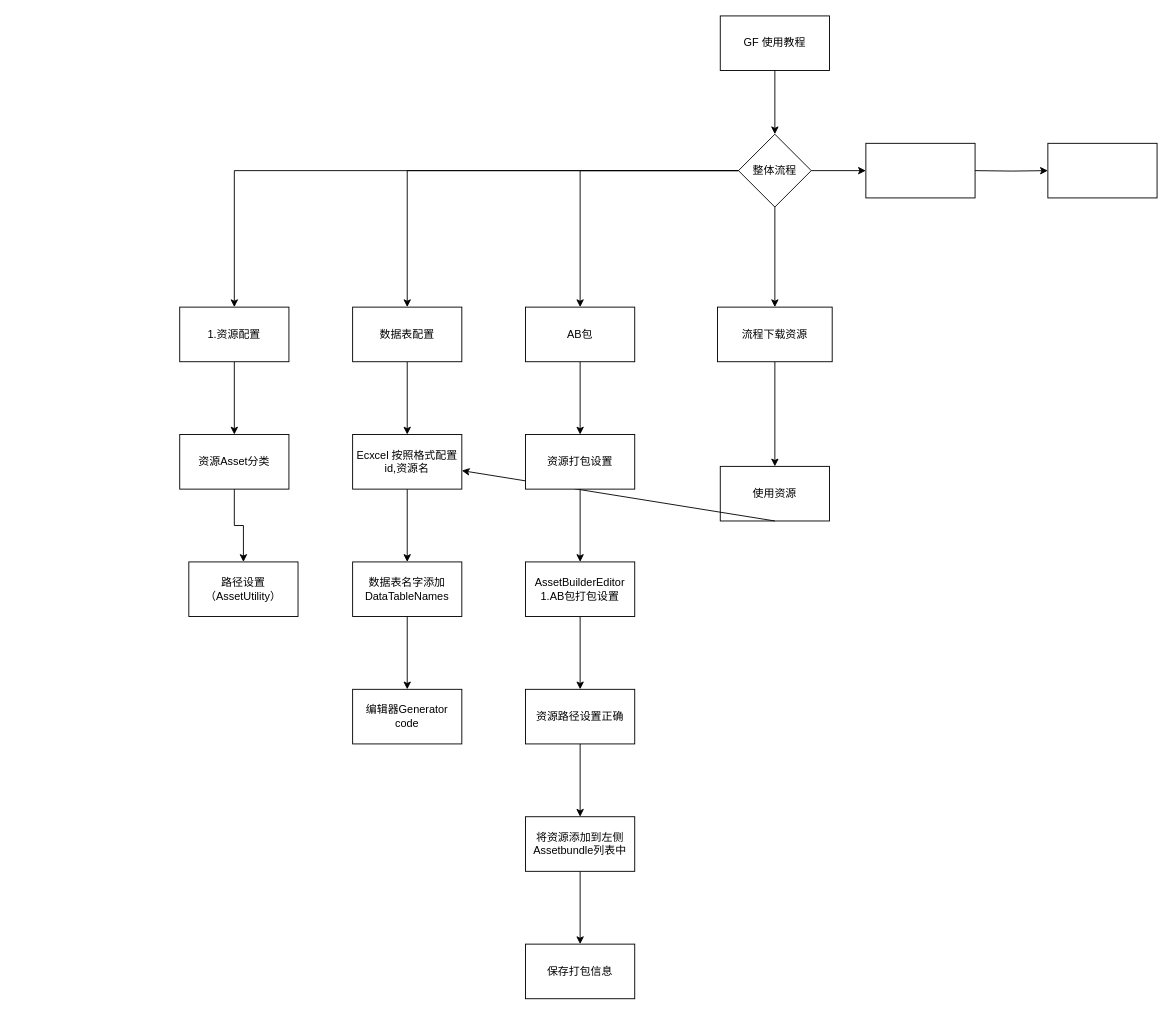
xzp3094997376/DrawIO keeps this draw.io diagram as GameFramework/GF 使用.drawio. Above is the earlier version. Source tidied: cells renumbered, new cells numbered last; positions are measured from the earlier drawing's top-left corner, leaving out a move shared by most shapes. Both pictures are drawn from the tidied source at 91%, with x=0, y=0 at pixel (179, 15).
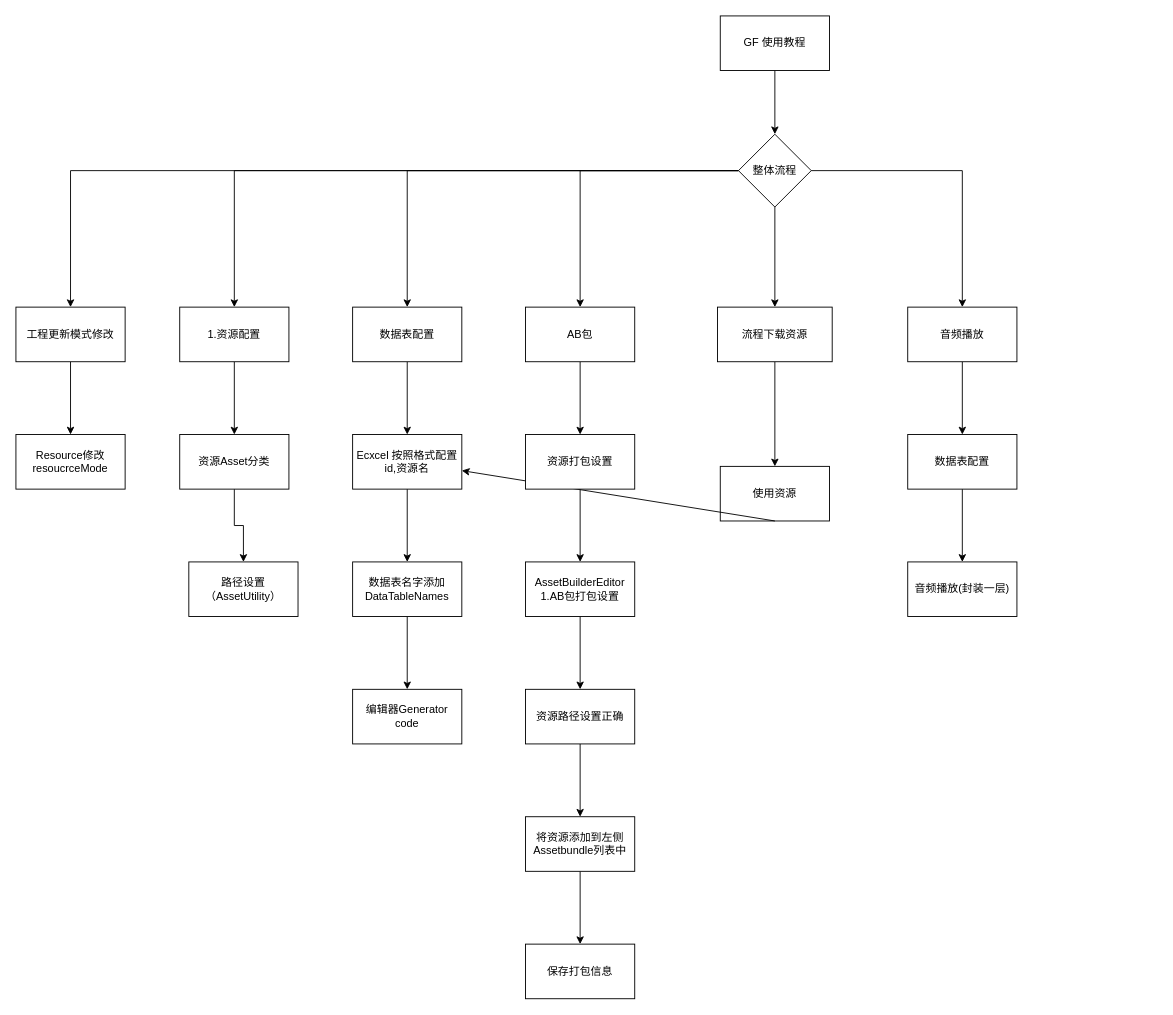
The same diagram, later.

Unchanged cells that the change refers to:
```xml
<mxCell id="9" value="整体流程&lt;br&gt;" style="rhombus;whiteSpace=wrap;html=1;" parent="1" vertex="1">
  <mxGeometry x="614" y="130" width="80" height="80" as="geometry" />
</mxCell>
```

Change to the diagram source:
```diff
@@
+    <mxCell id="40" style="edgeStyle=orthogonalEdgeStyle;rounded=0;jettySize=auto;html=1;" parent="1" edge="1" source="9" target="46">
+      <mxGeometry relative="1" as="geometry" />
+    </mxCell>
@@
-    <mxCell id="21" style="edgeStyle=orthogonalEdgeStyle;rounded=0;jettySize=auto;html=1;fontColor=#2BFF00;" parent="1" edge="1" target="23">
-      <mxGeometry relative="1" as="geometry">
-        <mxPoint x="874" y="170" as="sourcePoint" />
-      </mxGeometry>
-    </mxCell>
+    <mxCell id="41" style="edgeStyle=orthogonalEdgeStyle;rounded=0;jettySize=auto;html=1;" parent="1" edge="1" source="22" target="43">
+      <mxGeometry relative="1" as="geometry" />
+    </mxCell>
-    <mxCell id="22" style="whiteSpace=wrap;html=1;" parent="1" vertex="1">
-      <mxGeometry x="754" y="140" width="120" height="60" as="geometry" />
+    <mxCell id="22" value="音频播放" style="whiteSpace=wrap;html=1;" parent="1" vertex="1">
+      <mxGeometry x="800" y="320" width="120" height="60" as="geometry" />
     </mxCell>
-    <mxCell id="23" style="whiteSpace=wrap;html=1;" parent="1" vertex="1">
-      <mxGeometry x="954" y="140" width="120" height="60" as="geometry" />
-    </mxCell>
@@
+    <mxCell id="42" style="edgeStyle=orthogonalEdgeStyle;rounded=0;jettySize=auto;html=1;" parent="1" edge="1" source="43" target="44">
+      <mxGeometry relative="1" as="geometry" />
+    </mxCell>
+    <mxCell id="43" value="数据表配置" style="whiteSpace=wrap;html=1;" parent="1" vertex="1">
+      <mxGeometry x="800" y="460" width="120" height="60" as="geometry" />
+    </mxCell>
+    <mxCell id="44" value="音频播放(封装一层)" style="whiteSpace=wrap;html=1;" parent="1" vertex="1">
+      <mxGeometry x="800" y="600" width="120" height="60" as="geometry" />
+    </mxCell>
+    <mxCell id="45" style="edgeStyle=orthogonalEdgeStyle;rounded=0;jettySize=auto;html=1;" parent="1" edge="1" source="46" target="47">
+      <mxGeometry relative="1" as="geometry" />
+    </mxCell>
+    <mxCell id="46" value="工程更新模式修改" style="whiteSpace=wrap;html=1;" parent="1" vertex="1">
+      <mxGeometry x="-180" y="320" width="120" height="60" as="geometry" />
+    </mxCell>
+    <mxCell id="47" value="Resource修改resoucrceMode" style="whiteSpace=wrap;html=1;" parent="1" vertex="1">
+      <mxGeometry x="-180" y="460" width="120" height="60" as="geometry" />
+    </mxCell>
```
